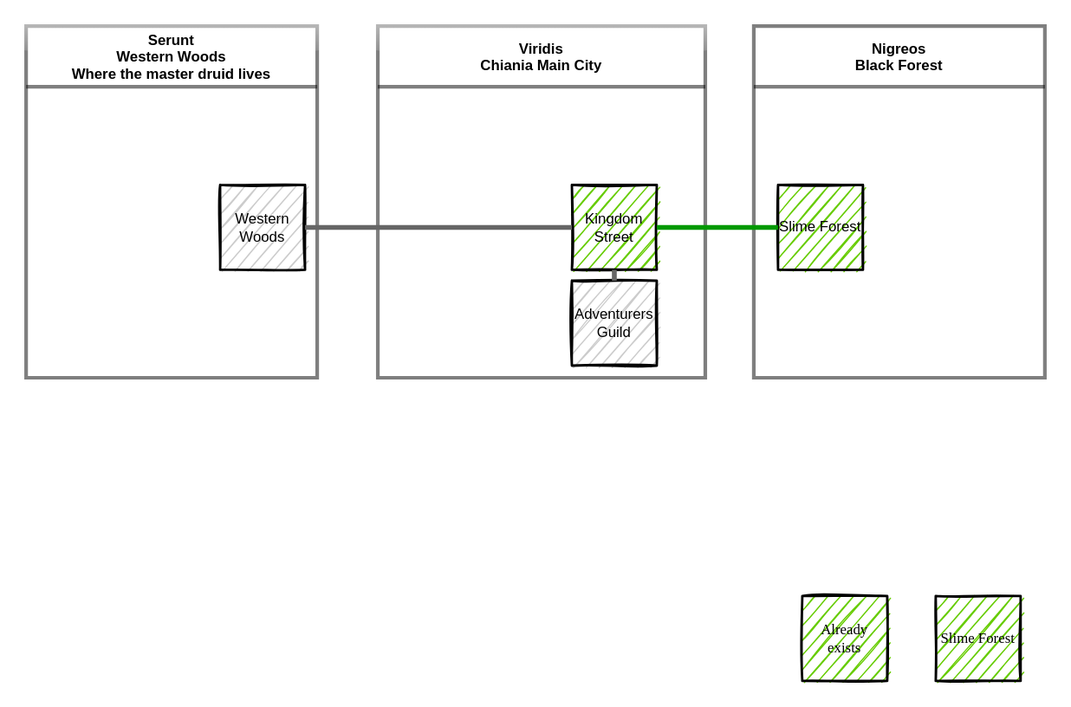
RudolfAchter/chiania keeps this draw.io diagram as docs/world/include/chiania_world_map.drawio.svg. Above is the earlier version. Source tidied: cells renumbered, new cells last; positions are measured from the earlier drawing's top-left corner, leaving out a move shared by most shapes.
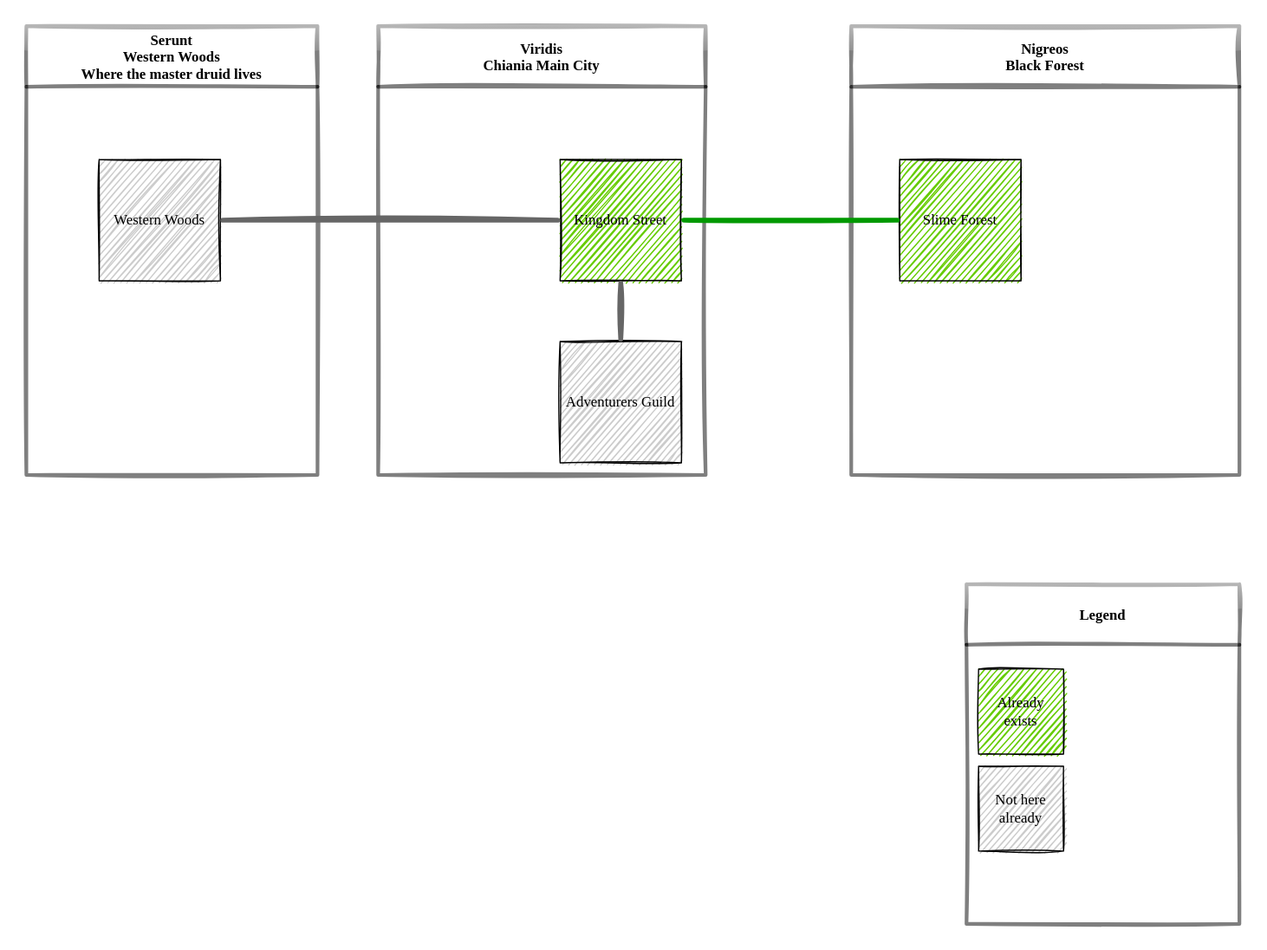
Above is the later version.

Diff of the diagram source:
```diff
@@ -2,41 +2,44 @@
   <root>
     <mxCell id="0" />
     <mxCell id="1" parent="0" />
-    <mxCell id="2" value="Viridis &#10;Chiania Main City" style="swimlane;glass=1;swimlaneLine=1;swimlaneFillColor=default;gradientColor=none;fillColor=default;sketch=0;shadow=0;rounded=0;opacity=50;strokeWidth=3;startSize=50;" parent="1" vertex="1">
-      <mxGeometry x="290" width="270" height="290" as="geometry" />
+    <mxCell id="2" value="Viridis &#10;Chiania Main City" style="swimlane;glass=1;swimlaneLine=1;swimlaneFillColor=default;gradientColor=none;fillColor=default;sketch=1;shadow=0;rounded=0;opacity=50;strokeWidth=3;startSize=50;fontFamily=&quot;8-bit Operator+&quot;;" parent="1" vertex="1">
+      <mxGeometry x="290" width="270" height="370" as="geometry" />
     </mxCell>
-    <mxCell id="3" value="Kingdom Street" style="rounded=0;whiteSpace=wrap;html=1;sketch=1;fillColor=#66CC00;strokeWidth=2;" parent="2" vertex="1">
-      <mxGeometry x="160" y="131" width="70" height="70" as="geometry" />
+    <mxCell id="3" value="Kingdom Street" style="rounded=0;whiteSpace=wrap;html=1;sketch=1;fillColor=#66CC00;strokeWidth=1;fontFamily=&quot;8-bit Operator+&quot;;perimeterSpacing=2;labelBackgroundColor=none;labelBorderColor=none;spacing=4;" parent="2" vertex="1">
+      <mxGeometry x="150" y="110" width="100" height="100" as="geometry" />
     </mxCell>
-    <mxCell id="4" value="Adventurers Guild" style="rounded=0;whiteSpace=wrap;html=1;sketch=1;fillColor=#CCCCCC;strokeWidth=2;" parent="2" vertex="1">
-      <mxGeometry x="160" y="210" width="70" height="70" as="geometry" />
+    <mxCell id="4" value="Adventurers Guild" style="rounded=0;whiteSpace=wrap;html=1;sketch=1;fillColor=#CCCCCC;strokeWidth=1;fontFamily=&quot;8-bit Operator+&quot;;perimeterSpacing=2;spacingTop=0;spacingLeft=0;spacing=4;" parent="2" vertex="1">
+      <mxGeometry x="150" y="260" width="100" height="100" as="geometry" />
     </mxCell>
-    <mxCell id="5" style="edgeStyle=none;html=1;endArrow=none;endFill=0;exitX=0.5;exitY=1;exitDx=0;exitDy=0;entryX=0.5;entryY=0;entryDx=0;entryDy=0;strokeWidth=4;strokeColor=#666666;" parent="2" edge="1" source="3" target="4">
+    <mxCell id="5" style="edgeStyle=none;html=1;endArrow=none;endFill=0;exitX=0.5;exitY=1;exitDx=0;exitDy=0;entryX=0.5;entryY=0;entryDx=0;entryDy=0;strokeWidth=4;strokeColor=#666666;sketch=1;" parent="2" edge="1" source="3" target="4">
       <mxGeometry relative="1" as="geometry" />
     </mxCell>
-    <mxCell id="6" value="Nigreos&#10;Black Forest" style="swimlane;&#10;swimlaneFillColor=#999999;&#10;fillColor=#66CC00;&#10;swimlaneLine=1;swimlaneFillColor=default;&#10;opacity=50%;opacity=50;strokeWidth=3;startSize=50;" parent="1" vertex="1">
-      <mxGeometry x="600" width="240" height="290" as="geometry" />
+    <mxCell id="6" value="Nigreos&#10;Black Forest" style="swimlane;&#10;swimlaneFillColor=#999999;&#10;fillColor=#66CC00;&#10;swimlaneLine=1;swimlaneFillColor=default;&#10;opacity=50%;opacity=50;strokeWidth=3;startSize=50;fontFamily=&quot;8-bit Operator+&quot;;glass=1;gradientColor=none;sketch=1;shadow=0;rounded=0;" parent="1" vertex="1">
+      <mxGeometry x="680" width="320" height="370" as="geometry" />
     </mxCell>
-    <mxCell id="7" value="Slime Forest" style="rounded=0;whiteSpace=wrap;html=1;sketch=1;fillColor=#66CC00;strokeWidth=2;" parent="6" vertex="1">
-      <mxGeometry x="20" y="131" width="70" height="70" as="geometry" />
+    <mxCell id="7" value="Slime Forest" style="rounded=0;whiteSpace=wrap;html=1;sketch=1;fillColor=#66CC00;strokeWidth=1;fontFamily=&quot;8-bit Operator+&quot;;gradientColor=none;perimeterSpacing=2;labelBackgroundColor=none;labelBorderColor=none;spacing=4;" parent="6" vertex="1">
+      <mxGeometry x="40" y="110" width="100" height="100" as="geometry" />
     </mxCell>
-    <mxCell id="8" value="Serunt&#10;Western Woods&#10;Where the master druid lives" style="swimlane;glass=1;fillColor=default;gradientColor=none;swimlaneFillColor=default;sketch=0;swimlaneLine=1;opacity=50;strokeWidth=3;startSize=50;" parent="1" vertex="1">
-      <mxGeometry width="240" height="290" as="geometry" />
+    <mxCell id="8" value="Serunt&#10;Western Woods&#10;Where the master druid lives" style="swimlane;glass=1;fillColor=default;gradientColor=none;swimlaneFillColor=default;sketch=1;swimlaneLine=1;opacity=50;strokeWidth=3;startSize=50;fontFamily=&quot;8-bit Operator+&quot;;shadow=0;rounded=0;" parent="1" vertex="1">
+      <mxGeometry width="240" height="370" as="geometry" />
     </mxCell>
-    <mxCell id="9" value="Western Woods" style="rounded=0;whiteSpace=wrap;html=1;sketch=1;fillColor=#CCCCCC;strokeWidth=2;" parent="8" vertex="1">
-      <mxGeometry x="160" y="131" width="70" height="70" as="geometry" />
+    <mxCell id="9" value="Western Woods" style="rounded=0;whiteSpace=wrap;html=1;sketch=1;fillColor=#CCCCCC;strokeWidth=1;fontFamily=&quot;8-bit Operator+&quot;;perimeterSpacing=2;spacingTop=0;spacingLeft=0;spacing=4;" parent="8" vertex="1">
+      <mxGeometry x="60" y="110" width="100" height="100" as="geometry" />
     </mxCell>
-    <mxCell id="10" style="edgeStyle=none;html=1;endArrow=none;endFill=0;strokeWidth=4;strokeColor=#666666;" parent="1" edge="1" source="3" target="9">
+    <mxCell id="10" style="edgeStyle=none;html=1;endArrow=none;endFill=0;strokeWidth=4;strokeColor=#666666;sketch=1;" parent="1" edge="1" source="3" target="9">
       <mxGeometry relative="1" as="geometry" />
     </mxCell>
-    <mxCell id="11" style="edgeStyle=none;html=1;endArrow=none;endFill=0;strokeWidth=4;strokeColor=#009900;" parent="1" edge="1" source="3" target="7">
+    <mxCell id="11" style="edgeStyle=none;html=1;endArrow=none;endFill=0;strokeWidth=4;strokeColor=#009900;sketch=1;" parent="1" edge="1" source="3" target="7">
       <mxGeometry relative="1" as="geometry" />
     </mxCell>
+    <mxCell id="14" value="Legend" style="swimlane;fillColor=default;startSize=50;swimlaneFillColor=default;opacity=50;strokeWidth=3;fontFamily=&quot;8-bit Operator+&quot;;glass=1;gradientColor=none;sketch=1;shadow=0;rounded=0;" parent="1" vertex="1">
+      <mxGeometry x="775" y="460" width="225" height="280" as="geometry" />
+    </mxCell>
-    <mxCell id="12" value="Already exists" style="rounded=0;whiteSpace=wrap;html=1;sketch=1;fillColor=#66CC00;strokeWidth=2;fontFamily=8bit-Operator;fontSource=https%3A%2F%2Frudolfachter.github.io%2Fchiania%2Fpublic%2Finclude%2F8_bit_Operator%2B_Regular.ttf;" parent="1" vertex="1">
-      <mxGeometry x="640" y="470" width="70" height="70" as="geometry" />
+    <mxCell id="12" value="Already exists" style="rounded=0;whiteSpace=wrap;html=1;sketch=1;fillColor=#66CC00;strokeWidth=1;fontFamily=&quot;8-bit Operator+&quot;;" parent="14" vertex="1">
+      <mxGeometry x="10" y="70" width="70" height="70" as="geometry" />
     </mxCell>
-    <mxCell id="13" value="Slime Forest" style="rounded=0;whiteSpace=wrap;html=1;sketch=1;fillColor=#66CC00;strokeWidth=2;fontFamily=8bit-Operator;fontSource=https%3A%2F%2Frudolfachter.github.io%2Fchiania%2Fpublic%2Finclude%2F8_bit_Operator%2B_Regular.ttf;" parent="1" vertex="1">
-      <mxGeometry x="750" y="470" width="70" height="70" as="geometry" />
-    </mxCell>
+    <mxCell id="15" value="Not here already" style="rounded=0;whiteSpace=wrap;html=1;sketch=1;fillColor=#CCCCCC;strokeWidth=1;fontFamily=&quot;8-bit Operator+&quot;;" parent="14" vertex="1">
+      <mxGeometry x="10" y="150" width="70" height="70" as="geometry" />
+    </mxCell>
   </root>
 </mxGraphModel>
```
